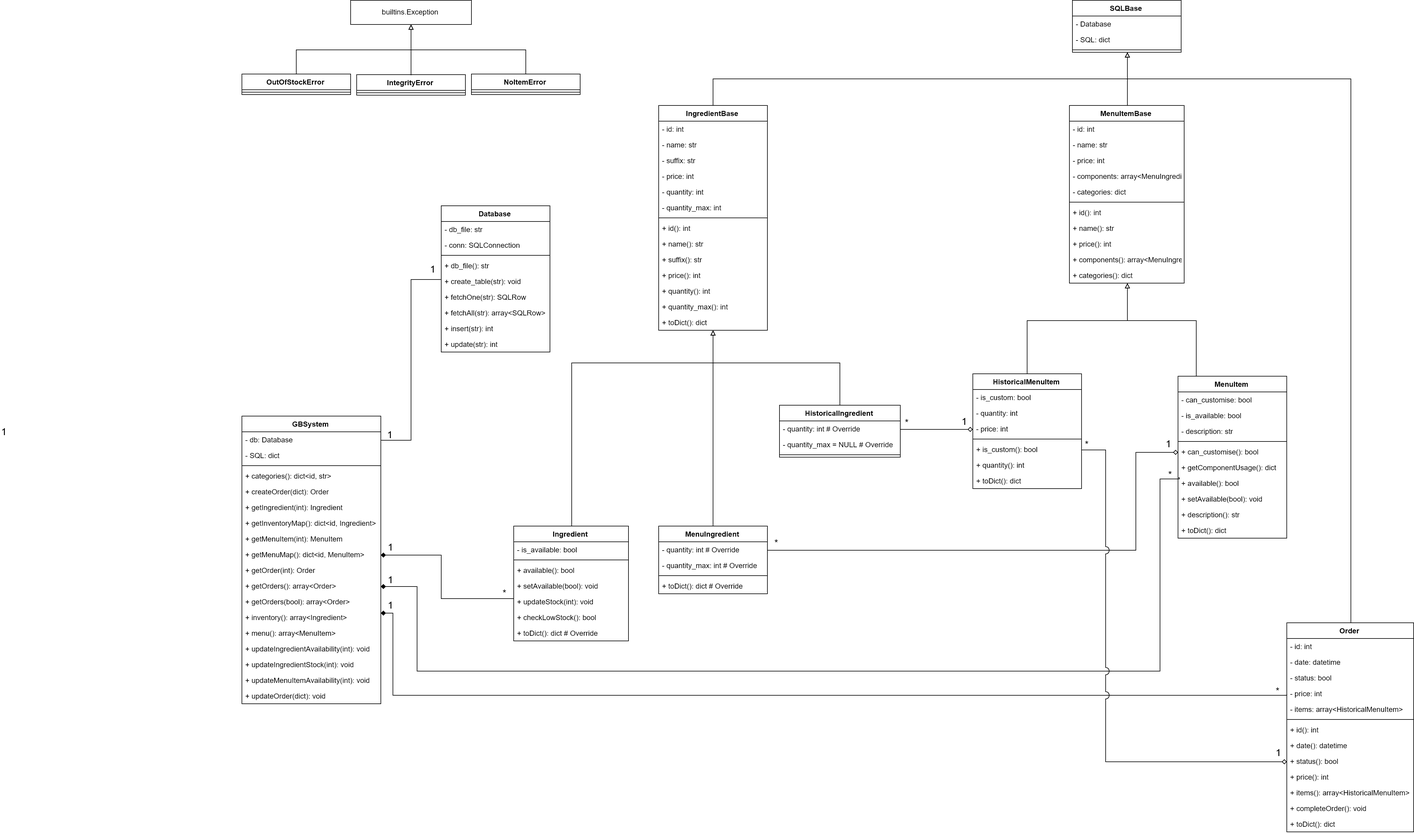
The draw.io diagram docs/class diagram.v2-extended.png in featherbear/UNSW-COMP1531-Assignment, before a commit. Source tidied: cells renumbered, new cells last; positions are measured from the earlier drawing's top-left corner, leaving out a move shared by most shapes.
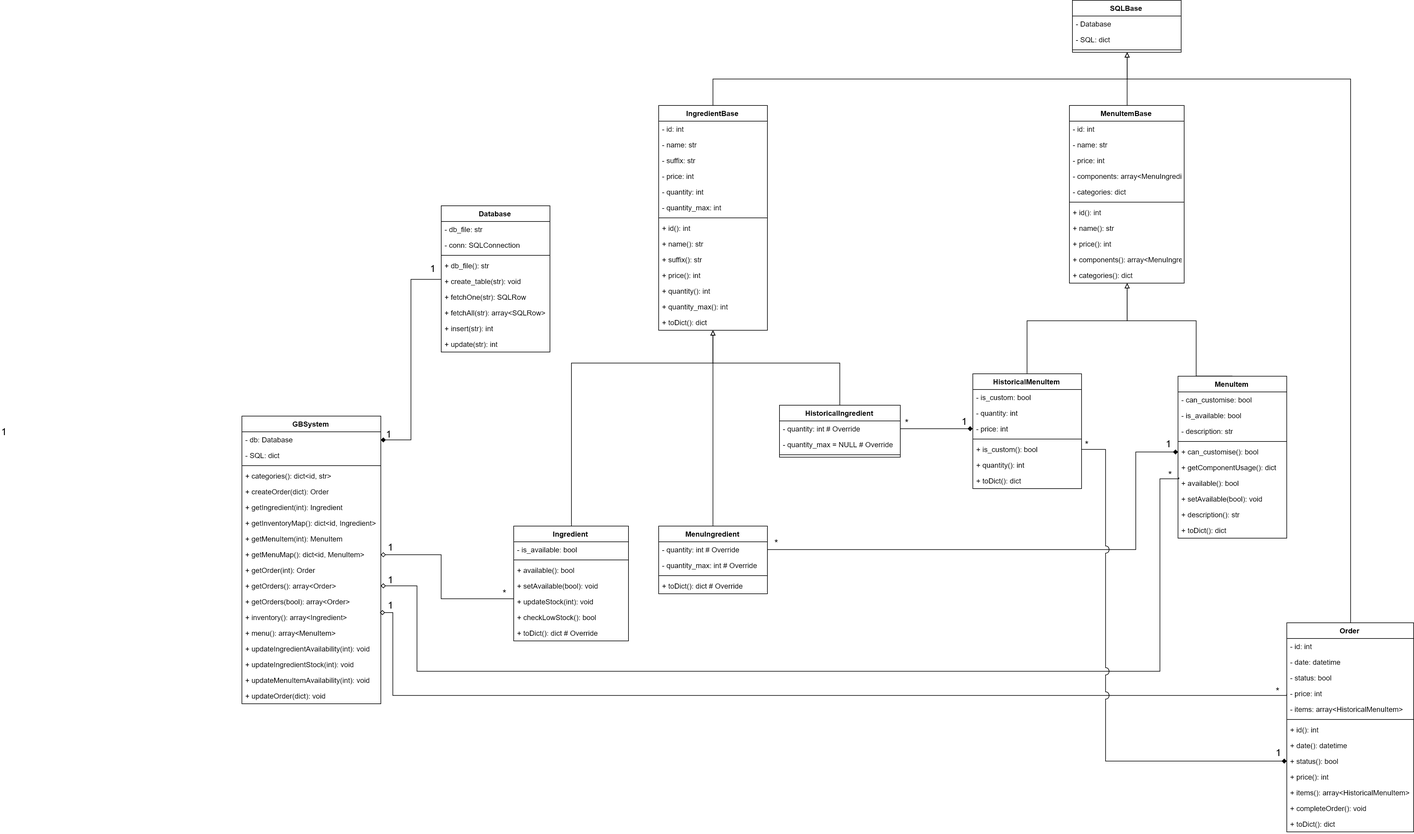
The same diagram one commit later.

Commit message:
Fix composition and aggregation links in the class diagram

The edit, as a diff of the source:
```diff
@@ -2,7 +2,7 @@
   <root>
     <mxCell id="0" />
     <mxCell id="1" parent="0" />
-    <mxCell id="2" style="rounded=0;jettySize=auto;html=1;endArrow=diamond;endFill=1;edgeStyle=orthogonalEdgeStyle;exitX=0;exitY=0.5;exitDx=0;exitDy=0;entryX=0.996;entryY=0.201;entryDx=0;entryDy=0;entryPerimeter=0;" parent="1" edge="1" source="85" target="143">
+    <mxCell id="2" style="rounded=0;jettySize=auto;html=1;endArrow=diamond;endFill=0;edgeStyle=orthogonalEdgeStyle;exitX=0;exitY=0.5;exitDx=0;exitDy=0;entryX=0.996;entryY=0.201;entryDx=0;entryDy=0;entryPerimeter=0;" parent="1" edge="1" source="85" target="143">
       <mxGeometry relative="1" as="geometry">
         <Array as="points">
           <mxPoint x="2130" y="1150" />
@@ -11,7 +11,7 @@
         </Array>
       </mxGeometry>
     </mxCell>
-    <mxCell id="3" style="edgeStyle=orthogonalEdgeStyle;rounded=0;jettySize=auto;html=1;endArrow=diamond;endFill=0;entryX=0;entryY=0.5;entryDx=0;entryDy=0;" parent="1" edge="1" source="26" target="64">
+    <mxCell id="3" style="edgeStyle=orthogonalEdgeStyle;rounded=0;jettySize=auto;html=1;endArrow=diamond;endFill=1;entryX=0;entryY=0.5;entryDx=0;entryDy=0;" parent="1" edge="1" source="26" target="64">
       <mxGeometry relative="1" as="geometry">
         <Array as="points">
           <mxPoint x="1880" y="909" />
@@ -196,7 +196,7 @@
         </Array>
       </mxGeometry>
     </mxCell>
-    <mxCell id="58" style="edgeStyle=orthogonalEdgeStyle;rounded=0;jettySize=auto;html=1;endArrow=diamond;endFill=1;exitX=0.003;exitY=1.177;exitDx=0;exitDy=0;exitPerimeter=0;entryX=1;entryY=0.5;entryDx=0;entryDy=0;" parent="1" edge="1" source="65" target="141">
+    <mxCell id="58" style="edgeStyle=orthogonalEdgeStyle;rounded=0;jettySize=auto;html=1;endArrow=diamond;endFill=0;exitX=0.003;exitY=1.177;exitDx=0;exitDy=0;exitPerimeter=0;entryX=1;entryY=0.5;entryDx=0;entryDy=0;" parent="1" edge="1" source="65" target="141">
       <mxGeometry relative="1" as="geometry">
         <Array as="points">
           <mxPoint x="1951" y="792" />
@@ -248,7 +248,7 @@
         </Array>
       </mxGeometry>
     </mxCell>
-    <mxCell id="71" style="edgeStyle=orthogonalEdgeStyle;rounded=0;jumpStyle=arc;jumpSize=12;jettySize=auto;html=1;entryX=0;entryY=0.5;entryDx=0;entryDy=0;endArrow=diamond;endFill=0;exitX=1;exitY=0.5;exitDx=0;exitDy=0;" parent="1" edge="1" source="77" target="90">
+    <mxCell id="71" style="edgeStyle=orthogonalEdgeStyle;rounded=0;jumpStyle=arc;jumpSize=12;jettySize=auto;html=1;entryX=0;entryY=0.5;entryDx=0;entryDy=0;endArrow=diamond;endFill=1;exitX=1;exitY=0.5;exitDx=0;exitDy=0;" parent="1" edge="1" source="77" target="90">
       <mxGeometry relative="1" as="geometry">
         <Array as="points">
           <mxPoint x="1830" y="743" />
@@ -330,7 +330,7 @@
     <mxCell id="94" value="+ toDict(): dict" style="text;strokeColor=none;fillColor=none;align=left;verticalAlign=top;spacingLeft=4;spacingRight=4;overflow=hidden;fontStyle=0;" parent="81" vertex="1">
       <mxGeometry y="320" width="210" height="26" as="geometry" />
     </mxCell>
-    <mxCell id="95" style="edgeStyle=orthogonalEdgeStyle;rounded=0;jettySize=auto;html=1;endArrow=diamond;endFill=1;entryX=1;entryY=0.5;entryDx=0;entryDy=0;" parent="1" edge="1" source="41" target="139">
+    <mxCell id="95" style="edgeStyle=orthogonalEdgeStyle;rounded=0;jettySize=auto;html=1;endArrow=diamond;endFill=0;entryX=1;entryY=0.5;entryDx=0;entryDy=0;" parent="1" edge="1" source="41" target="139">
       <mxGeometry relative="1" as="geometry">
         <Array as="points">
           <mxPoint x="730" y="990" />
@@ -338,10 +338,10 @@
         </Array>
       </mxGeometry>
     </mxCell>
-    <mxCell id="96" style="edgeStyle=orthogonalEdgeStyle;rounded=0;jettySize=auto;html=1;endArrow=diamond;endFill=0;entryX=0;entryY=0.5;entryDx=0;entryDy=0;" parent="1" edge="1" source="32" target="75">
+    <mxCell id="96" style="edgeStyle=orthogonalEdgeStyle;rounded=0;jettySize=auto;html=1;endArrow=diamond;endFill=1;entryX=0;entryY=0.5;entryDx=0;entryDy=0;" parent="1" edge="1" source="32" target="75">
       <mxGeometry relative="1" as="geometry" />
     </mxCell>
-    <mxCell id="97" style="edgeStyle=orthogonalEdgeStyle;rounded=0;jettySize=auto;html=1;entryX=1;entryY=0.5;entryDx=0;entryDy=0;endArrow=none;endFill=0;exitX=0;exitY=0.5;exitDx=0;exitDy=0;" parent="1" edge="1" source="99" target="131">
+    <mxCell id="97" style="edgeStyle=orthogonalEdgeStyle;rounded=0;jettySize=auto;html=1;entryX=1;entryY=0.5;entryDx=0;entryDy=0;endArrow=diamond;endFill=1;exitX=0;exitY=0.5;exitDx=0;exitDy=0;" parent="1" edge="1" source="99" target="131">
       <mxGeometry relative="1" as="geometry" />
     </mxCell>
     <mxCell id="98" value="&lt;font style=&quot;font-size: 16px&quot;&gt;1&lt;/font&gt;" style="text;html=1;align=center;verticalAlign=middle;labelBackgroundColor=none;" parent="97" vertex="1">
@@ -405,39 +405,6 @@
     <mxCell id="116" value="&lt;div style=&quot;text-align: center&quot;&gt;&lt;span style=&quot;font-size: 16px&quot;&gt;*&lt;/span&gt;&lt;/div&gt;" style="text;html=1;align=left;verticalAlign=top;spacingTop=-4;" parent="1" vertex="1">
       <mxGeometry x="1496" y="687" width="20" height="20" as="geometry" />
     </mxCell>
-    <mxCell id="117" style="group;" parent="1" vertex="1">
-      <mxGeometry x="400" width="560" height="157" as="geometry" />
-    </mxCell>
-    <mxCell id="118" value="NoItemError" style="swimlane;fontStyle=1;align=center;verticalAlign=top;horizontal=1;startSize=26;" parent="117" vertex="1">
-      <mxGeometry x="380" y="122" width="180" height="34" as="geometry" />
-    </mxCell>
-    <mxCell id="119" style="line;strokeWidth=1;fillColor=none;align=left;verticalAlign=middle;spacingTop=-1;spacingLeft=3;spacingRight=3;labelPosition=right;fontStyle=0;" parent="118" vertex="1">
-      <mxGeometry y="26" width="180" height="8" as="geometry" />
-    </mxCell>
-    <mxCell id="120" value="OutOfStockError" style="swimlane;fontStyle=1;align=center;verticalAlign=top;horizontal=1;startSize=26;" parent="117" vertex="1">
-      <mxGeometry y="122" width="180" height="34" as="geometry" />
-    </mxCell>
-    <mxCell id="121" style="line;strokeWidth=1;fillColor=none;align=left;verticalAlign=middle;spacingTop=-1;spacingLeft=3;spacingRight=3;labelPosition=right;fontStyle=0;" parent="120" vertex="1">
-      <mxGeometry y="26" width="180" height="8" as="geometry" />
-    </mxCell>
-    <mxCell id="122" value="IntegrityError" style="swimlane;fontStyle=1;align=center;verticalAlign=top;horizontal=1;startSize=26;" parent="117" vertex="1">
-      <mxGeometry x="190" y="123" width="180" height="34" as="geometry" />
-    </mxCell>
-    <mxCell id="123" style="line;strokeWidth=1;fillColor=none;align=left;verticalAlign=middle;spacingTop=-1;spacingLeft=3;spacingRight=3;labelPosition=right;fontStyle=0;" parent="122" vertex="1">
-      <mxGeometry y="26" width="180" height="8" as="geometry" />
-    </mxCell>
-    <mxCell id="124" value="builtins.Exception" style="rounded=0;whiteSpace=wrap;html=1;" parent="117" vertex="1">
-      <mxGeometry x="180" width="200" height="40" as="geometry" />
-    </mxCell>
-    <mxCell id="125" style="edgeStyle=orthogonalEdgeStyle;rounded=0;jettySize=auto;html=1;exitX=0.5;exitY=0;exitDx=0;exitDy=0;endArrow=block;endFill=0;" parent="117" edge="1" source="118" target="124">
-      <mxGeometry relative="1" as="geometry" />
-    </mxCell>
-    <mxCell id="126" style="edgeStyle=orthogonalEdgeStyle;rounded=0;jettySize=auto;html=1;exitX=0.5;exitY=0;exitDx=0;exitDy=0;endArrow=block;endFill=0;" parent="117" edge="1" source="120" target="124">
-      <mxGeometry relative="1" as="geometry" />
-    </mxCell>
-    <mxCell id="127" style="edgeStyle=orthogonalEdgeStyle;rounded=0;jettySize=auto;html=1;exitX=0.5;exitY=0;exitDx=0;exitDy=0;endArrow=block;endFill=0;" parent="117" edge="1" source="122" target="124">
-      <mxGeometry relative="1" as="geometry" />
-    </mxCell>
     <mxCell id="128" value="&lt;div style=&quot;text-align: center&quot;&gt;&lt;span style=&quot;font-size: 16px&quot;&gt;1&lt;/span&gt;&lt;/div&gt;" style="text;html=1;align=left;verticalAlign=top;spacingTop=-4;" parent="1" vertex="1">
       <mxGeometry x="2110" y="1233" width="20" height="20" as="geometry" />
     </mxCell>
```
